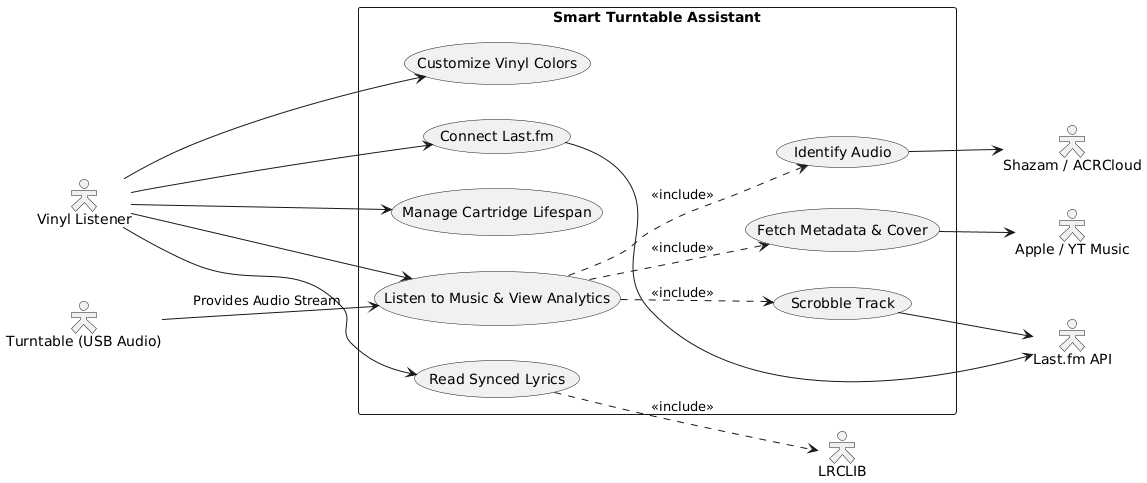
kissdaniel28567/Analog-music-recogniser keeps this PlantUML diagram as Documentation/Images/usecase.png. Above is the earlier version. Source of this version:
```plantuml
@startuml
left to right direction
skinparam packageStyle rectangle
skinparam actorStyle hollow

actor "Vinyl Listener" as user
actor "Turntable (USB Audio)" as hardware

package "Smart Turntable Assistant" {
  usecase "Listen to Music & View Analytics" as UC1
  usecase "Manage Cartridge Lifespan" as UC2
  usecase "Read Synced Lyrics" as UC3
  usecase "Customize Vinyl Colors" as UC4
  usecase "Connect Last.fm" as UC5

  usecase "Identify Audio" as UC_ID
  usecase "Fetch Metadata & Cover" as UC_Meta
  usecase "Scrobble Track" as UC_Scrobble
}

actor "Shazam / ACRCloud" as API_ID
actor "Apple / YT Music" as API_Meta
actor "LRCLIB" as API_Lyrics
actor "Last.fm API" as API_Lastfm

user --> UC1
user --> UC2
user --> UC3
user --> UC4
user --> UC5

hardware --> UC1 : "Provides Audio Stream"

UC1 ..> UC_ID : <<include>>
UC1 ..> UC_Meta : <<include>>
UC1 ..> UC_Scrobble : <<include>>
UC3 ..> API_Lyrics : <<include>>

UC_ID --> API_ID
UC_Meta --> API_Meta
UC_Scrobble --> API_Lastfm
UC5 --> API_Lastfm
@enduml
```
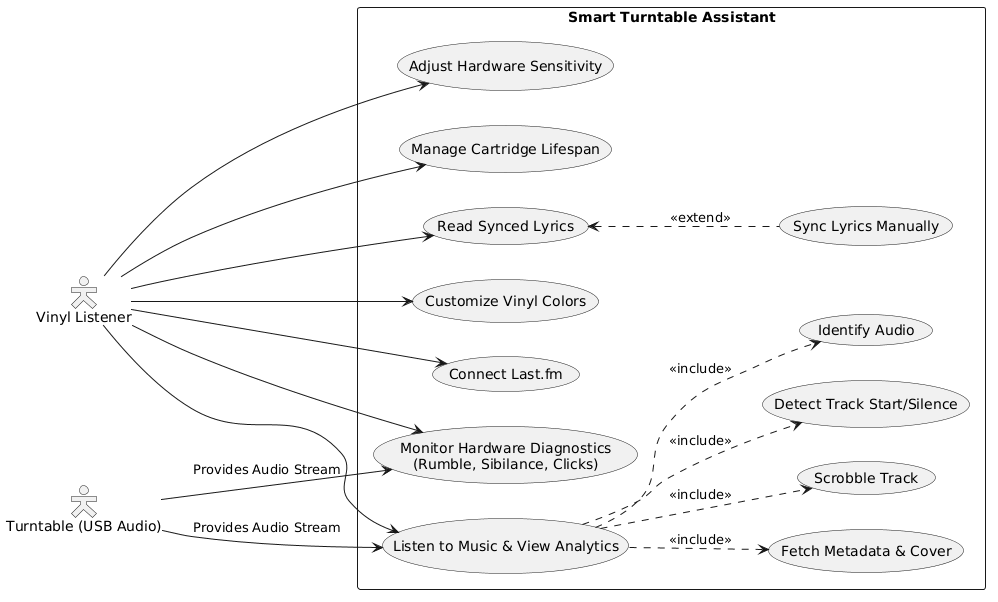
Later version of the same file.

Diff of the diagram source:
```diff
@@ -13,31 +13,31 @@
   usecase "Customize Vinyl Colors" as UC4
   usecase "Connect Last.fm" as UC5
 
+  usecase "Monitor Hardware Diagnostics\n(Rumble, Sibilance, Clicks)" as UC_Diag
+  usecase "Adjust Hardware Sensitivity" as UC_Sens
+  usecase "Sync Lyrics Manually" as UC_Sync
+  usecase "Detect Track Start/Silence" as UC_Detect
+
   usecase "Identify Audio" as UC_ID
   usecase "Fetch Metadata & Cover" as UC_Meta
   usecase "Scrobble Track" as UC_Scrobble
 }
-
-actor "Shazam / ACRCloud" as API_ID
-actor "Apple / YT Music" as API_Meta
-actor "LRCLIB" as API_Lyrics
-actor "Last.fm API" as API_Lastfm
 
 user --> UC1
 user --> UC2
 user --> UC3
 user --> UC4
 user --> UC5
+user --> UC_Diag
+user --> UC_Sens
+
+UC3 <.. UC_Sync : <<extend>>
+UC1 ..> UC_Detect : <<include>>
+UC1 ..> UC_Meta : <<include>>
+UC1 ..> UC_ID : <<include>>
+UC1 ..> UC_Scrobble : <<include>>
+
 
 hardware --> UC1 : "Provides Audio Stream"
-
-UC1 ..> UC_ID : <<include>>
-UC1 ..> UC_Meta : <<include>>
-UC1 ..> UC_Scrobble : <<include>>
-UC3 ..> API_Lyrics : <<include>>
-
-UC_ID --> API_ID
-UC_Meta --> API_Meta
-UC_Scrobble --> API_Lastfm
-UC5 --> API_Lastfm
+hardware --> UC_Diag : "Provides Audio Stream"
 @enduml
```
